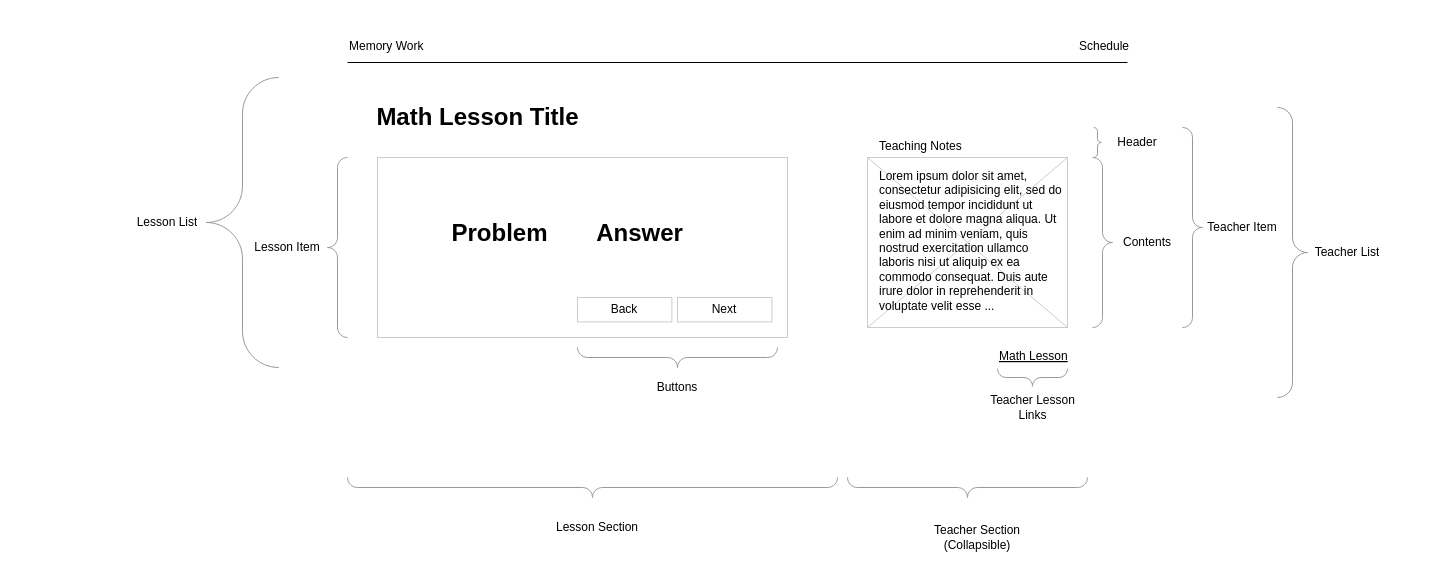
Before: page "Lesson Component" (2 of 2) of documentation/Markup Diagrams.drawio in cbernard01/cc-memory-work-app-client, a draw.io diagram. Source tidied: cells renumbered, new cells numbered last; positions are measured from the earlier drawing's top-left corner, leaving out a move shared by most shapes. Both pictures are drawn from the tidied source at 100%, with x=0, y=0 at pixel (127, 37).
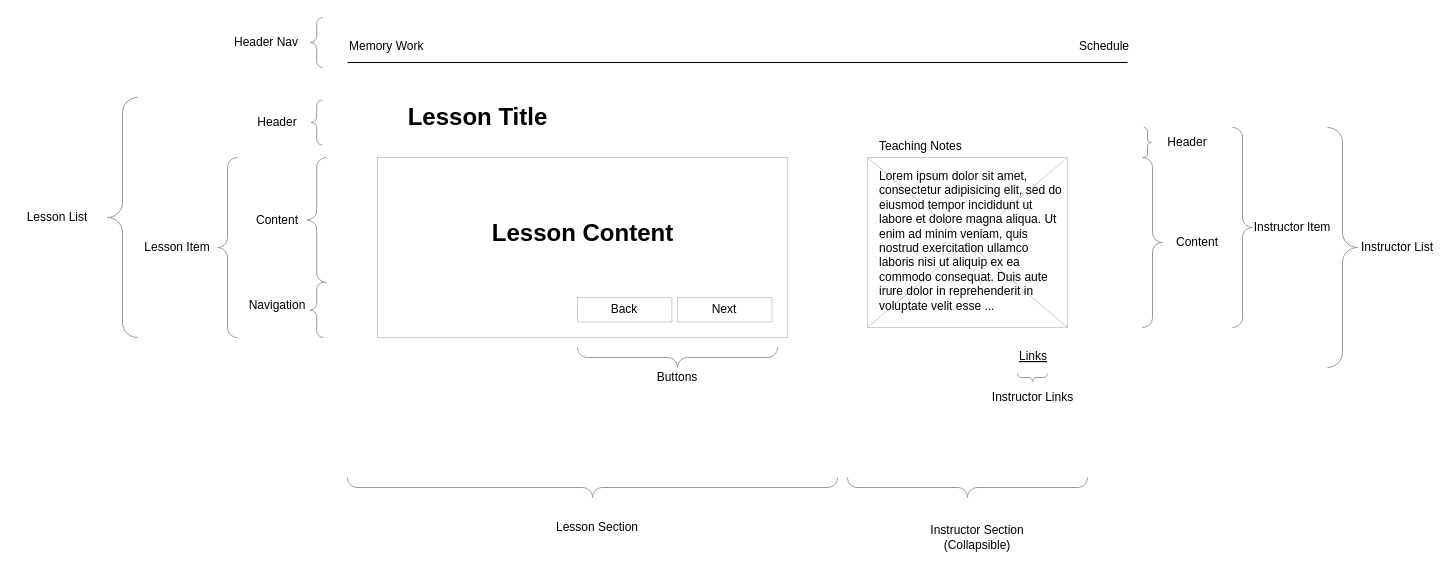
Above is the later version.

Unchanged cells that the change refers to:
```xml
<mxCell id="10" style="group;" parent="1" vertex="1">
  <mxGeometry x="250" y="120" width="410" height="180" as="geometry" />
</mxCell>
```

The edit, as a diff of the source:
```diff
@@
-    <mxCell id="4" value="Math Lesson Title" style="text;strokeColor=none;fillColor=none;html=1;fontSize=24;fontStyle=1;verticalAlign=middle;align=center;" parent="1" vertex="1">
+    <mxCell id="4" value="Lesson Title" style="text;strokeColor=none;fillColor=none;html=1;fontSize=24;fontStyle=1;verticalAlign=middle;align=center;" parent="1" vertex="1">
       <mxGeometry x="300" y="60" width="100" height="40" as="geometry" />
     </mxCell>
-    <mxCell id="5" style="group;" parent="1" vertex="1">
-      <mxGeometry x="740" y="100" width="200" height="280" as="geometry" />
-    </mxCell>
-    <mxCell id="6" style="verticalLabelPosition=bottom;verticalAlign=top;strokeWidth=1;shape=mxgraph.mockup.graphics.iconGrid;strokeColor=#CCCCCC;gridSize=1,1;" parent="5" vertex="1">
-      <mxGeometry y="20" width="200" height="170" as="geometry" />
-    </mxCell>
-    <mxCell id="7" value="Teaching Notes" style="text;spacingTop=-5;" parent="5" vertex="1">
-      <mxGeometry x="10" width="30" height="20" as="geometry" />
-    </mxCell>
-    <mxCell id="8" value="Lorem ipsum dolor sit amet, consectetur adipisicing elit, sed do eiusmod tempor incididunt ut labore et dolore magna aliqua. Ut enim ad minim veniam, quis nostrud exercitation ullamco laboris nisi ut aliquip ex ea commodo consequat. Duis aute irure dolor in reprehenderit in voluptate velit esse ..." style="text;spacingTop=-5;whiteSpace=wrap;align=left;" parent="5" vertex="1">
-      <mxGeometry x="10" y="30" width="190" height="140" as="geometry" />
-    </mxCell>
-    <mxCell id="9" value="Math Lesson" style="text;spacingTop=-5;fontStyle=4;" parent="5" vertex="1">
-      <mxGeometry x="130" y="210" width="30" height="20" as="geometry" />
-    </mxCell>
@@
-    <mxCell id="12" value="Problem" style="text;strokeColor=none;fillColor=none;html=1;fontSize=24;fontStyle=1;verticalAlign=middle;align=center;" parent="10" vertex="1">
-      <mxGeometry x="70" y="60" width="104.9" height="32.6" as="geometry" />
+    <mxCell id="12" value="Lesson Content" style="text;strokeColor=none;fillColor=none;html=1;fontSize=24;fontStyle=1;verticalAlign=middle;align=center;" parent="10" vertex="1">
+      <mxGeometry x="70" y="60" width="270" height="32.6" as="geometry" />
     </mxCell>
@@
-    <mxCell id="15" value="Answer" style="text;strokeColor=none;fillColor=none;html=1;fontSize=24;fontStyle=1;verticalAlign=middle;align=center;" parent="10" vertex="1">
-      <mxGeometry x="210" y="60" width="104.9" height="32.6" as="geometry" />
-    </mxCell>
@@
-    <mxCell id="17" style="labelPosition=right;align=left;strokeWidth=1;shape=mxgraph.mockup.markup.curlyBrace;html=1;shadow=0;dashed=0;strokeColor=#999999;direction=north;" parent="1" vertex="1">
-      <mxGeometry x="70" y="40" width="90" height="290" as="geometry" />
-    </mxCell>
-    <mxCell id="18" value="Lesson List" style="text;html=1;strokeColor=none;fillColor=none;align=center;verticalAlign=middle;whiteSpace=wrap;overflow=hidden;" parent="1" vertex="1">
-      <mxGeometry y="175" width="80" height="20" as="geometry" />
-    </mxCell>
-    <mxCell id="19" style="labelPosition=right;align=left;strokeWidth=1;shape=mxgraph.mockup.markup.curlyBrace;html=1;shadow=0;dashed=0;strokeColor=#999999;direction=north;" parent="1" vertex="1">
-      <mxGeometry x="200" y="120" width="20" height="180" as="geometry" />
-    </mxCell>
-    <mxCell id="20" value="Lesson Item" style="text;html=1;strokeColor=none;fillColor=none;align=center;verticalAlign=middle;whiteSpace=wrap;overflow=hidden;" parent="1" vertex="1">
-      <mxGeometry x="120" y="200" width="80" height="20" as="geometry" />
-    </mxCell>
@@
     <mxCell id="22" value="Buttons" style="text;html=1;strokeColor=none;fillColor=none;align=center;verticalAlign=middle;whiteSpace=wrap;overflow=hidden;" parent="1" vertex="1">
-      <mxGeometry x="510" y="340" width="80" height="20" as="geometry" />
+      <mxGeometry x="510" y="320" width="80" height="40" as="geometry" />
     </mxCell>
     <mxCell id="23" style="labelPosition=right;align=left;strokeWidth=1;shape=mxgraph.mockup.markup.curlyBrace;html=1;shadow=0;dashed=0;strokeColor=#999999;direction=south;" parent="1" vertex="1">
-      <mxGeometry x="1055" y="90" width="20" height="200" as="geometry" />
+      <mxGeometry x="1105" y="90" width="20" height="200" as="geometry" />
     </mxCell>
-    <mxCell id="24" value="Teacher Item" style="text;html=1;strokeColor=none;fillColor=none;align=center;verticalAlign=middle;whiteSpace=wrap;overflow=hidden;" parent="1" vertex="1">
-      <mxGeometry x="1075" y="180" width="80" height="20" as="geometry" />
+    <mxCell id="24" value="Instructor Item" style="text;html=1;strokeColor=none;fillColor=none;align=center;verticalAlign=middle;whiteSpace=wrap;overflow=hidden;" parent="1" vertex="1">
+      <mxGeometry x="1125" y="180" width="80" height="20" as="geometry" />
     </mxCell>
     <mxCell id="25" style="verticalLabelPosition=bottom;shadow=0;dashed=0;align=center;html=1;verticalAlign=top;strokeWidth=1;shape=mxgraph.mockup.markup.curlyBrace;strokeColor=#999999;direction=west;" parent="1" vertex="1">
-      <mxGeometry x="870" y="330" width="70" height="20" as="geometry" />
+      <mxGeometry x="890" y="330" width="30" height="20" as="geometry" />
     </mxCell>
-    <mxCell id="26" value="Teacher Lesson Links" style="text;html=1;strokeColor=none;fillColor=none;align=center;verticalAlign=middle;whiteSpace=wrap;overflow=hidden;" parent="1" vertex="1">
-      <mxGeometry x="847.5" y="350" width="115" height="40" as="geometry" />
+    <mxCell id="26" value="Instructor Links" style="text;html=1;strokeColor=none;fillColor=none;align=center;verticalAlign=middle;whiteSpace=wrap;overflow=hidden;" parent="1" vertex="1">
+      <mxGeometry x="847.5" y="340" width="115" height="40" as="geometry" />
     </mxCell>
@@
-    <mxCell id="28" value="Teacher Section&lt;br&gt;(Collapsible)" style="text;html=1;strokeColor=none;fillColor=none;align=center;verticalAlign=middle;whiteSpace=wrap;overflow=hidden;" parent="1" vertex="1">
+    <mxCell id="28" value="Instructor Section&lt;br&gt;(Collapsible)" style="text;html=1;strokeColor=none;fillColor=none;align=center;verticalAlign=middle;whiteSpace=wrap;overflow=hidden;" parent="1" vertex="1">
       <mxGeometry x="790" y="480" width="120" height="40" as="geometry" />
     </mxCell>
@@
     <mxCell id="31" style="labelPosition=right;align=left;strokeWidth=1;shape=mxgraph.mockup.markup.curlyBrace;html=1;shadow=0;dashed=0;strokeColor=#999999;direction=south;" parent="1" vertex="1">
-      <mxGeometry x="1150" y="70" width="30" height="290" as="geometry" />
+      <mxGeometry x="1200" y="90" width="30" height="240" as="geometry" />
     </mxCell>
-    <mxCell id="32" value="Teacher List" style="text;html=1;strokeColor=none;fillColor=none;align=center;verticalAlign=middle;whiteSpace=wrap;overflow=hidden;" parent="1" vertex="1">
-      <mxGeometry x="1180" y="205" width="80" height="20" as="geometry" />
+    <mxCell id="32" value="Instructor List" style="text;html=1;strokeColor=none;fillColor=none;align=center;verticalAlign=middle;whiteSpace=wrap;overflow=hidden;" parent="1" vertex="1">
+      <mxGeometry x="1230" y="200" width="80" height="20" as="geometry" />
     </mxCell>
     <mxCell id="33" style="labelPosition=right;align=left;strokeWidth=1;shape=mxgraph.mockup.markup.curlyBrace;html=1;shadow=0;dashed=0;strokeColor=#999999;direction=south;" parent="1" vertex="1">
-      <mxGeometry x="960" y="90" width="20" height="30" as="geometry" />
+      <mxGeometry x="1010" y="90" width="20" height="30" as="geometry" />
     </mxCell>
     <mxCell id="34" value="Header" style="text;html=1;strokeColor=none;fillColor=none;align=center;verticalAlign=middle;whiteSpace=wrap;overflow=hidden;" parent="1" vertex="1">
-      <mxGeometry x="970" y="95" width="80" height="20" as="geometry" />
+      <mxGeometry x="1020" y="95" width="80" height="20" as="geometry" />
     </mxCell>
     <mxCell id="35" style="labelPosition=right;align=left;strokeWidth=1;shape=mxgraph.mockup.markup.curlyBrace;html=1;shadow=0;dashed=0;strokeColor=#999999;direction=south;" parent="1" vertex="1">
-      <mxGeometry x="965" y="120" width="20" height="170" as="geometry" />
+      <mxGeometry x="1015" y="120" width="20" height="170" as="geometry" />
     </mxCell>
-    <mxCell id="36" value="Contents" style="text;html=1;strokeColor=none;fillColor=none;align=center;verticalAlign=middle;whiteSpace=wrap;overflow=hidden;" parent="1" vertex="1">
-      <mxGeometry x="980" y="195" width="80" height="20" as="geometry" />
+    <mxCell id="36" value="Content" style="text;html=1;strokeColor=none;fillColor=none;align=center;verticalAlign=middle;whiteSpace=wrap;overflow=hidden;" parent="1" vertex="1">
+      <mxGeometry x="1030" y="195" width="80" height="20" as="geometry" />
     </mxCell>
+    <mxCell id="37" style="labelPosition=right;align=left;strokeWidth=1;shape=mxgraph.mockup.markup.curlyBrace;html=1;shadow=0;dashed=0;strokeColor=#999999;direction=north;" parent="1" vertex="1">
+      <mxGeometry x="90" y="120" width="20" height="180" as="geometry" />
+    </mxCell>
+    <mxCell id="20" value="Lesson Item" style="text;html=1;strokeColor=none;fillColor=none;align=center;verticalAlign=middle;whiteSpace=wrap;overflow=hidden;" parent="1" vertex="1">
+      <mxGeometry x="10" y="200" width="80" height="20" as="geometry" />
+    </mxCell>
+    <mxCell id="38" style="labelPosition=right;align=left;strokeWidth=1;shape=mxgraph.mockup.markup.curlyBrace;html=1;shadow=0;dashed=0;strokeColor=#999999;direction=north;" parent="1" vertex="1">
+      <mxGeometry x="-20" y="60" width="30" height="240" as="geometry" />
+    </mxCell>
+    <mxCell id="18" value="Lesson List" style="text;html=1;strokeColor=none;fillColor=none;align=center;verticalAlign=middle;whiteSpace=wrap;overflow=hidden;" parent="1" vertex="1">
+      <mxGeometry x="-110" y="170" width="80" height="20" as="geometry" />
+    </mxCell>
+    <mxCell id="39" style="labelPosition=right;align=left;strokeWidth=1;shape=mxgraph.mockup.markup.curlyBrace;html=1;shadow=0;dashed=0;strokeColor=#999999;direction=north;" parent="1" vertex="1">
+      <mxGeometry x="179.2" y="62.5" width="20" height="45" as="geometry" />
+    </mxCell>
+    <mxCell id="40" value="Header" style="text;html=1;strokeColor=none;fillColor=none;align=center;verticalAlign=middle;whiteSpace=wrap;overflow=hidden;" parent="1" vertex="1">
+      <mxGeometry x="110" y="75" width="80" height="20" as="geometry" />
+    </mxCell>
+    <mxCell id="41" style="labelPosition=right;align=left;strokeWidth=1;shape=mxgraph.mockup.markup.curlyBrace;html=1;shadow=0;dashed=0;strokeColor=#999999;direction=north;" parent="1" vertex="1">
+      <mxGeometry x="179.2" y="120" width="20" height="125" as="geometry" />
+    </mxCell>
+    <mxCell id="42" value="Content" style="text;html=1;strokeColor=none;fillColor=none;align=center;verticalAlign=middle;whiteSpace=wrap;overflow=hidden;" parent="1" vertex="1">
+      <mxGeometry x="110" y="172.5" width="80" height="20" as="geometry" />
+    </mxCell>
+    <mxCell id="43" style="labelPosition=right;align=left;strokeWidth=1;shape=mxgraph.mockup.markup.curlyBrace;html=1;shadow=0;dashed=0;strokeColor=#999999;direction=north;" parent="1" vertex="1">
+      <mxGeometry x="179.2" y="245" width="20" height="55" as="geometry" />
+    </mxCell>
+    <mxCell id="44" value="Navigation" style="text;html=1;strokeColor=none;fillColor=none;align=center;verticalAlign=middle;whiteSpace=wrap;overflow=hidden;" parent="1" vertex="1">
+      <mxGeometry x="110" y="257.5" width="80" height="20" as="geometry" />
+    </mxCell>
+    <mxCell id="45" style="labelPosition=right;align=left;strokeWidth=1;shape=mxgraph.mockup.markup.curlyBrace;html=1;shadow=0;dashed=0;strokeColor=#999999;direction=north;" parent="1" vertex="1">
+      <mxGeometry x="179.2" y="-20" width="20" height="50" as="geometry" />
+    </mxCell>
+    <mxCell id="46" value="Header Nav" style="text;html=1;strokeColor=none;fillColor=none;align=center;verticalAlign=middle;whiteSpace=wrap;overflow=hidden;" parent="1" vertex="1">
+      <mxGeometry x="99.2" y="-5" width="80" height="20" as="geometry" />
+    </mxCell>
+    <mxCell id="6" style="verticalLabelPosition=bottom;verticalAlign=top;strokeWidth=1;shape=mxgraph.mockup.graphics.iconGrid;strokeColor=#CCCCCC;gridSize=1,1;" parent="1" vertex="1">
+      <mxGeometry x="740" y="120" width="200" height="170" as="geometry" />
+    </mxCell>
+    <mxCell id="7" value="Teaching Notes" style="text;spacingTop=-5;" parent="1" vertex="1">
+      <mxGeometry x="750" y="100" width="30" height="20" as="geometry" />
+    </mxCell>
+    <mxCell id="8" value="Lorem ipsum dolor sit amet, consectetur adipisicing elit, sed do eiusmod tempor incididunt ut labore et dolore magna aliqua. Ut enim ad minim veniam, quis nostrud exercitation ullamco laboris nisi ut aliquip ex ea commodo consequat. Duis aute irure dolor in reprehenderit in voluptate velit esse ..." style="text;spacingTop=-5;whiteSpace=wrap;align=left;" parent="1" vertex="1">
+      <mxGeometry x="750" y="130" width="190" height="140" as="geometry" />
+    </mxCell>
+    <mxCell id="9" value="Links" style="text;spacingTop=-5;fontStyle=4;" parent="1" vertex="1">
+      <mxGeometry x="890" y="310" width="30" height="20" as="geometry" />
+    </mxCell>
```
